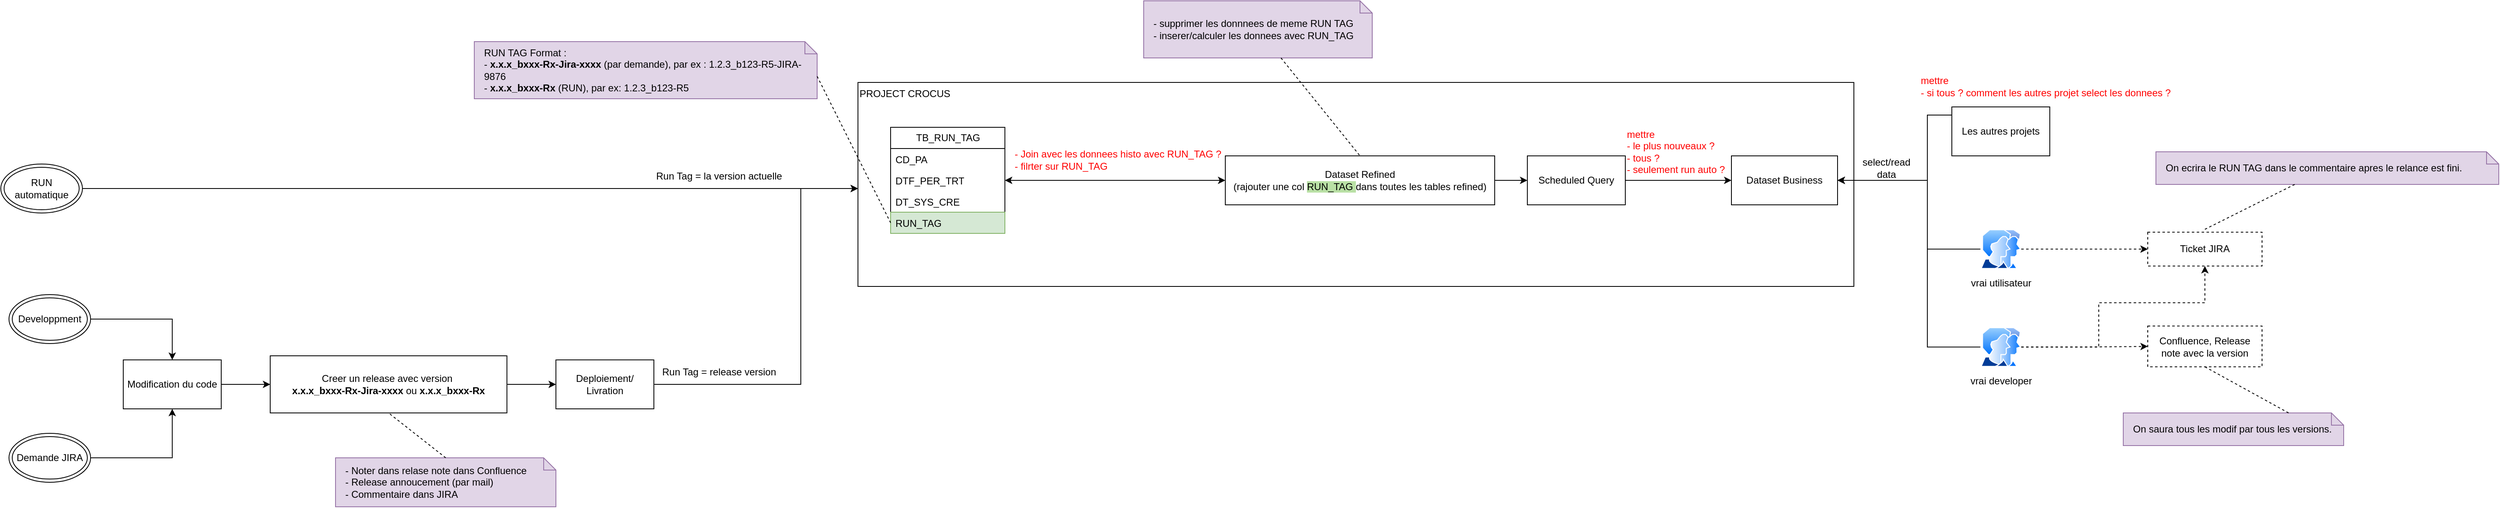
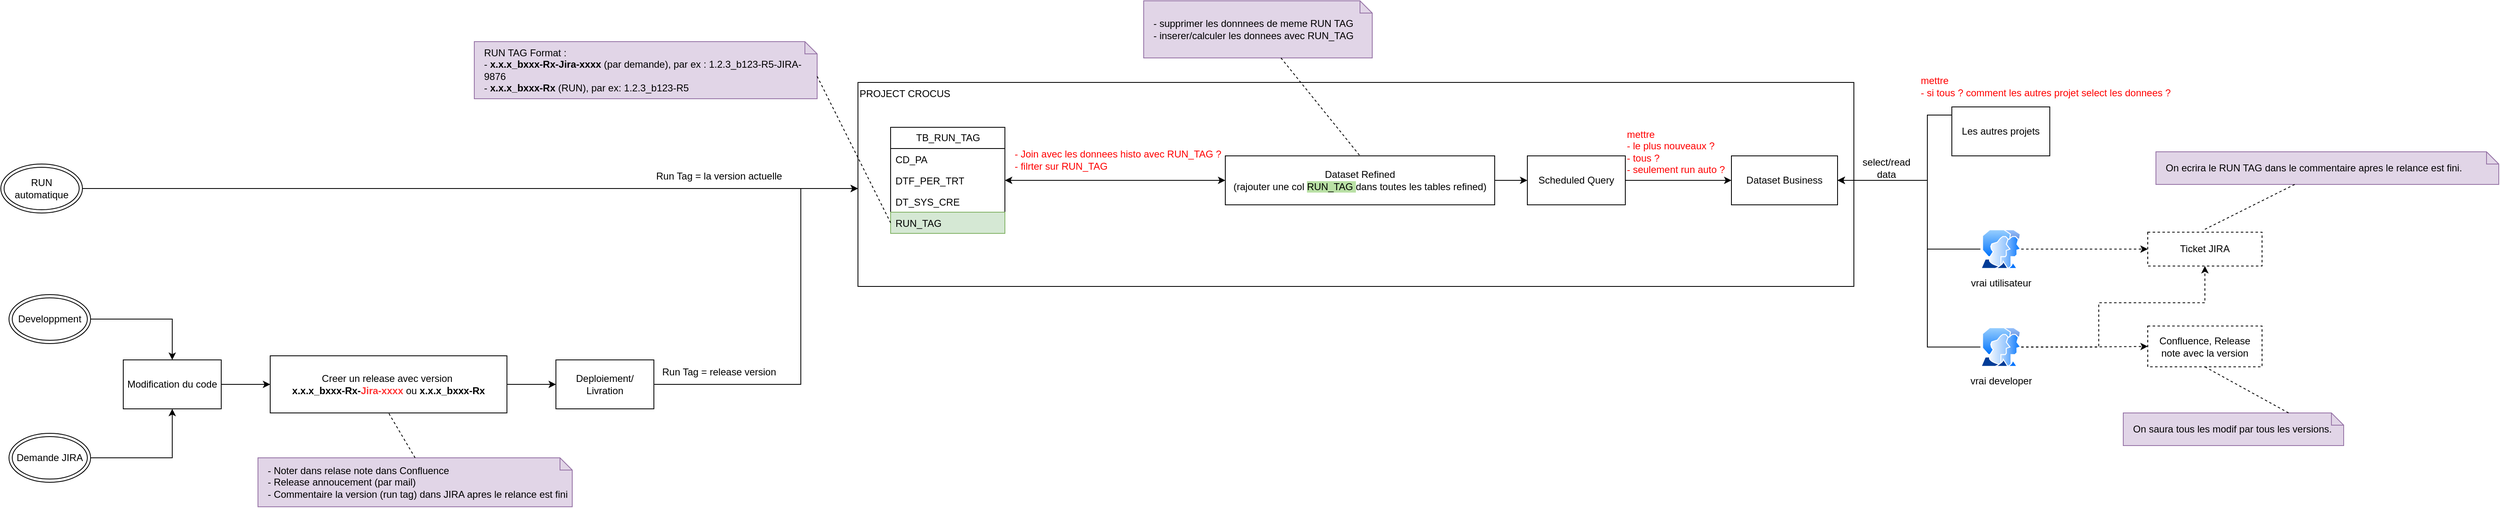
<mxfile host="app.diagrams.net">
  <diagram name="Page-1" id="bEAYSmEDHXBXhFzCy1HB">
    <mxGraphModel dx="2873" dy="1106" grid="1" gridSize="10" guides="1" tooltips="1" connect="1" arrows="1" fold="1" page="1" pageScale="1" pageWidth="827" pageHeight="1169" math="0" shadow="0">
      <root>
        <mxCell id="0" />
        <mxCell id="1" parent="0" />
        <mxCell id="QUzsFoNl6aFI_2ed8XXq-13" parent="1" style="rounded=0;whiteSpace=wrap;html=1;align=left;verticalAlign=top;" value="PROJECT CROCUS" vertex="1">
          <mxGeometry height="250" width="1220" x="380" y="140" as="geometry" />
        </mxCell>
        <mxCell id="QUzsFoNl6aFI_2ed8XXq-1" parent="1" style="swimlane;fontStyle=0;childLayout=stackLayout;horizontal=1;startSize=26;fillColor=none;horizontalStack=0;resizeParent=1;resizeParentMax=0;resizeLast=0;collapsible=1;marginBottom=0;html=1;" value="TB_RUN_TAG" vertex="1">
          <mxGeometry height="130" width="140" x="420" y="195" as="geometry" />
        </mxCell>
        <mxCell id="QUzsFoNl6aFI_2ed8XXq-2" parent="QUzsFoNl6aFI_2ed8XXq-1" style="text;strokeColor=none;fillColor=none;align=left;verticalAlign=top;spacingLeft=4;spacingRight=4;overflow=hidden;rotatable=0;points=[[0,0.5],[1,0.5]];portConstraint=eastwest;whiteSpace=wrap;html=1;" value="CD_PA" vertex="1">
          <mxGeometry height="26" width="140" y="26" as="geometry" />
        </mxCell>
        <mxCell id="QUzsFoNl6aFI_2ed8XXq-3" parent="QUzsFoNl6aFI_2ed8XXq-1" style="text;strokeColor=none;fillColor=none;align=left;verticalAlign=top;spacingLeft=4;spacingRight=4;overflow=hidden;rotatable=0;points=[[0,0.5],[1,0.5]];portConstraint=eastwest;whiteSpace=wrap;html=1;" value="DTF_PER_TRT" vertex="1">
          <mxGeometry height="26" width="140" y="52" as="geometry" />
        </mxCell>
        <mxCell id="QUzsFoNl6aFI_2ed8XXq-4" parent="QUzsFoNl6aFI_2ed8XXq-1" style="text;strokeColor=none;fillColor=none;align=left;verticalAlign=top;spacingLeft=4;spacingRight=4;overflow=hidden;rotatable=0;points=[[0,0.5],[1,0.5]];portConstraint=eastwest;whiteSpace=wrap;html=1;" value="DT_SYS_CRE" vertex="1">
          <mxGeometry height="26" width="140" y="78" as="geometry" />
        </mxCell>
        <mxCell id="QUzsFoNl6aFI_2ed8XXq-5" parent="QUzsFoNl6aFI_2ed8XXq-1" style="text;strokeColor=#82b366;fillColor=#d5e8d4;align=left;verticalAlign=top;spacingLeft=4;spacingRight=4;overflow=hidden;rotatable=0;points=[[0,0.5],[1,0.5]];portConstraint=eastwest;whiteSpace=wrap;html=1;" value="RUN_TAG" vertex="1">
          <mxGeometry height="26" width="140" y="104" as="geometry" />
        </mxCell>
        <mxCell id="QUzsFoNl6aFI_2ed8XXq-7" parent="1" style="shape=note;size=15;align=left;spacingLeft=10;html=1;whiteSpace=wrap;fillColor=#e1d5e7;strokeColor=#9673a6;" value="RUN TAG Format :&amp;nbsp;&lt;div&gt;- &lt;b&gt;x.x.x_bxxx-Rx-Jira-xxxx&lt;/b&gt; (par demande), par ex : 1.2.3_b123-R5-JIRA-9876&lt;/div&gt;&lt;div&gt;-&lt;b&gt; x.x.x_bxxx-Rx&lt;/b&gt; (RUN), par ex: 1.2.3_b123-R5&lt;/div&gt;" vertex="1">
          <mxGeometry height="70" width="420" x="-90" y="90" as="geometry" />
        </mxCell>
        <mxCell id="QUzsFoNl6aFI_2ed8XXq-8" edge="1" parent="1" source="QUzsFoNl6aFI_2ed8XXq-7" style="edgeStyle=none;endArrow=none;exitX=0;exitY=0;dashed=1;html=1;rounded=0;entryX=0;entryY=0.5;entryDx=0;entryDy=0;exitDx=420;exitDy=42.5;exitPerimeter=0;" target="QUzsFoNl6aFI_2ed8XXq-5" value="">
          <mxGeometry relative="1" x="1" as="geometry">
            <mxPoint x="590" y="660" as="targetPoint" />
          </mxGeometry>
        </mxCell>
        <mxCell id="QUzsFoNl6aFI_2ed8XXq-10" parent="1" style="rounded=0;whiteSpace=wrap;html=1;dashed=1;" value="Confluence, Release note avec la v&lt;span style=&quot;background-color: transparent; color: light-dark(rgb(0, 0, 0), rgb(255, 255, 255));&quot;&gt;ersion&lt;/span&gt;" vertex="1">
          <mxGeometry height="50" width="140" x="1960" y="438.5" as="geometry" />
        </mxCell>
        <mxCell id="QUzsFoNl6aFI_2ed8XXq-11" parent="1" style="rounded=0;whiteSpace=wrap;html=1;dashed=1;" value="Ticket JIRA" vertex="1">
          <mxGeometry height="41.5" width="140" x="1960" y="323.5" as="geometry" />
        </mxCell>
        <mxCell id="QUzsFoNl6aFI_2ed8XXq-42" edge="1" parent="1" source="QUzsFoNl6aFI_2ed8XXq-12" style="edgeStyle=orthogonalEdgeStyle;rounded=0;orthogonalLoop=1;jettySize=auto;html=1;entryX=1;entryY=0.5;entryDx=0;entryDy=0;startArrow=classic;startFill=1;" target="QUzsFoNl6aFI_2ed8XXq-3">
          <mxGeometry relative="1" as="geometry" />
        </mxCell>
        <mxCell id="QUzsFoNl6aFI_2ed8XXq-50" edge="1" parent="1" source="QUzsFoNl6aFI_2ed8XXq-12" style="edgeStyle=orthogonalEdgeStyle;rounded=0;orthogonalLoop=1;jettySize=auto;html=1;" target="QUzsFoNl6aFI_2ed8XXq-46">
          <mxGeometry relative="1" as="geometry">
            <Array as="points" />
          </mxGeometry>
        </mxCell>
        <mxCell id="QUzsFoNl6aFI_2ed8XXq-12" parent="1" style="rounded=0;whiteSpace=wrap;html=1;" value="Dataset Refined&lt;div&gt;(rajouter une col &lt;span style=&quot;background-color: rgb(185, 224, 165);&quot;&gt;RUN_TAG &lt;/span&gt;dans toutes les tables refined)&lt;/div&gt;" vertex="1">
          <mxGeometry height="60" width="330" x="830" y="230" as="geometry" />
        </mxCell>
        <mxCell id="QUzsFoNl6aFI_2ed8XXq-27" edge="1" parent="1" source="QUzsFoNl6aFI_2ed8XXq-33" style="edgeStyle=orthogonalEdgeStyle;rounded=0;orthogonalLoop=1;jettySize=auto;html=1;entryX=0.5;entryY=0;entryDx=0;entryDy=0;" target="QUzsFoNl6aFI_2ed8XXq-23">
          <mxGeometry relative="1" as="geometry">
            <mxPoint x="-760" y="325" as="sourcePoint" />
          </mxGeometry>
        </mxCell>
        <mxCell id="QUzsFoNl6aFI_2ed8XXq-29" edge="1" parent="1" source="QUzsFoNl6aFI_2ed8XXq-34" style="edgeStyle=orthogonalEdgeStyle;rounded=0;orthogonalLoop=1;jettySize=auto;html=1;entryX=0.5;entryY=1;entryDx=0;entryDy=0;" target="QUzsFoNl6aFI_2ed8XXq-23">
          <mxGeometry relative="1" as="geometry">
            <mxPoint x="-820" y="785" as="sourcePoint" />
          </mxGeometry>
        </mxCell>
        <mxCell id="QUzsFoNl6aFI_2ed8XXq-19" parent="1" style="text;html=1;whiteSpace=wrap;strokeColor=none;fillColor=none;align=center;verticalAlign=middle;rounded=0;" value="Run Tag = la version actuelle" vertex="1">
          <mxGeometry height="30" width="200" x="110" y="240" as="geometry" />
        </mxCell>
        <mxCell id="QUzsFoNl6aFI_2ed8XXq-28" edge="1" parent="1" source="QUzsFoNl6aFI_2ed8XXq-23" style="edgeStyle=orthogonalEdgeStyle;rounded=0;orthogonalLoop=1;jettySize=auto;html=1;" target="QUzsFoNl6aFI_2ed8XXq-25">
          <mxGeometry relative="1" as="geometry" />
        </mxCell>
        <mxCell id="QUzsFoNl6aFI_2ed8XXq-23" parent="1" style="rounded=0;whiteSpace=wrap;html=1;" value="Modification du code" vertex="1">
          <mxGeometry height="60" width="120" x="-520" y="480" as="geometry" />
        </mxCell>
        <mxCell id="QUzsFoNl6aFI_2ed8XXq-31" edge="1" parent="1" source="QUzsFoNl6aFI_2ed8XXq-24" style="edgeStyle=orthogonalEdgeStyle;rounded=0;orthogonalLoop=1;jettySize=auto;html=1;" target="QUzsFoNl6aFI_2ed8XXq-13">
          <mxGeometry relative="1" as="geometry">
            <Array as="points">
              <mxPoint x="310" y="510" />
              <mxPoint x="310" y="270" />
            </Array>
          </mxGeometry>
        </mxCell>
        <mxCell id="QUzsFoNl6aFI_2ed8XXq-24" parent="1" style="rounded=0;whiteSpace=wrap;html=1;" value="Deploiement/ Livration" vertex="1">
          <mxGeometry height="60" width="120" x="10" y="480" as="geometry" />
        </mxCell>
        <mxCell id="QUzsFoNl6aFI_2ed8XXq-30" edge="1" parent="1" source="QUzsFoNl6aFI_2ed8XXq-25" style="edgeStyle=orthogonalEdgeStyle;rounded=0;orthogonalLoop=1;jettySize=auto;html=1;entryX=0;entryY=0.5;entryDx=0;entryDy=0;" target="QUzsFoNl6aFI_2ed8XXq-24">
          <mxGeometry relative="1" as="geometry" />
        </mxCell>
-         <mxCell id="QUzsFoNl6aFI_2ed8XXq-25" parent="1" style="rounded=0;whiteSpace=wrap;html=1;" value="Creer un release avec version&amp;nbsp;&lt;div&gt;&lt;span style=&quot;text-align: left;&quot;&gt;&lt;b&gt;x.x.x_bxxx-Rx-Jira-xxxx&lt;/b&gt; ou&amp;nbsp;&lt;/span&gt;&lt;span style=&quot;text-align: left;&quot;&gt;&lt;b&gt;x.x.x_bxxx-Rx&lt;/b&gt;&lt;/span&gt;&lt;/div&gt;" vertex="1">
+         <mxCell id="QUzsFoNl6aFI_2ed8XXq-25" parent="1" style="rounded=0;whiteSpace=wrap;html=1;" value="Creer un release avec version&amp;nbsp;&lt;div&gt;&lt;span style=&quot;text-align: left;&quot;&gt;&lt;b&gt;x.x.x_bxxx-Rx-&lt;font style=&quot;color: rgb(255, 53, 53);&quot;&gt;Jira-xxxx&lt;/font&gt;&lt;/b&gt; ou&amp;nbsp;&lt;/span&gt;&lt;span style=&quot;text-align: left;&quot;&gt;&lt;b&gt;x.x.x_bxxx-Rx&lt;/b&gt;&lt;/span&gt;&lt;/div&gt;" vertex="1">
          <mxGeometry height="70" width="290" x="-340" y="475" as="geometry" />
        </mxCell>
        <mxCell id="QUzsFoNl6aFI_2ed8XXq-33" parent="1" style="ellipse;shape=doubleEllipse;whiteSpace=wrap;html=1;" value="Developpment" vertex="1">
          <mxGeometry height="60" width="100" x="-660" y="400" as="geometry" />
        </mxCell>
        <mxCell id="QUzsFoNl6aFI_2ed8XXq-34" parent="1" style="ellipse;shape=doubleEllipse;whiteSpace=wrap;html=1;" value="Demande JIRA" vertex="1">
          <mxGeometry height="60" width="100" x="-660" y="570" as="geometry" />
        </mxCell>
        <mxCell id="QUzsFoNl6aFI_2ed8XXq-36" edge="1" parent="1" source="QUzsFoNl6aFI_2ed8XXq-35" style="edgeStyle=orthogonalEdgeStyle;rounded=0;orthogonalLoop=1;jettySize=auto;html=1;" target="QUzsFoNl6aFI_2ed8XXq-13">
          <mxGeometry relative="1" as="geometry">
            <Array as="points">
              <mxPoint x="40" y="270" />
              <mxPoint x="40" y="270" />
            </Array>
          </mxGeometry>
        </mxCell>
        <mxCell id="QUzsFoNl6aFI_2ed8XXq-35" parent="1" style="ellipse;shape=doubleEllipse;whiteSpace=wrap;html=1;" value="RUN automatique" vertex="1">
          <mxGeometry height="60" width="100" x="-670" y="240" as="geometry" />
        </mxCell>
        <mxCell id="QUzsFoNl6aFI_2ed8XXq-37" parent="1" style="text;html=1;whiteSpace=wrap;strokeColor=none;fillColor=none;align=center;verticalAlign=middle;rounded=0;" value="Run Tag = release version" vertex="1">
          <mxGeometry height="30" width="200" x="110" y="480" as="geometry" />
        </mxCell>
-         <mxCell id="QUzsFoNl6aFI_2ed8XXq-38" parent="1" style="shape=note;size=15;align=left;spacingLeft=10;html=1;whiteSpace=wrap;fillColor=#e1d5e7;strokeColor=#9673a6;" value="- Noter dans relase note dans Confluence&lt;div&gt;- Release annoucement (par mail)&lt;/div&gt;&lt;div&gt;- Commentaire dans JIRA&lt;/div&gt;" vertex="1">
-           <mxGeometry height="60" width="270" x="-260" y="600" as="geometry" />
+         <mxCell id="QUzsFoNl6aFI_2ed8XXq-38" parent="1" style="shape=note;size=15;align=left;spacingLeft=10;html=1;whiteSpace=wrap;fillColor=#e1d5e7;strokeColor=#9673a6;" value="- Noter dans relase note dans Confluence&lt;div&gt;- Release annoucement (par mail)&lt;/div&gt;&lt;div&gt;- Commentaire la version (run tag) dans JIRA apres le relance est fini&lt;/div&gt;" vertex="1">
+           <mxGeometry height="60" width="385" x="-355" y="600" as="geometry" />
        </mxCell>
        <mxCell id="QUzsFoNl6aFI_2ed8XXq-39" edge="1" parent="1" source="QUzsFoNl6aFI_2ed8XXq-38" style="edgeStyle=none;endArrow=none;exitX=0.5;exitY=0;dashed=1;html=1;rounded=0;entryX=0.5;entryY=1;entryDx=0;entryDy=0;exitDx=0;exitDy=0;exitPerimeter=0;" target="QUzsFoNl6aFI_2ed8XXq-25" value="">
          <mxGeometry relative="1" x="1" as="geometry">
            <mxPoint x="710" y="660" as="sourcePoint" />
            <mxPoint x="762" y="510" as="targetPoint" />
          </mxGeometry>
        </mxCell>
        <mxCell id="QUzsFoNl6aFI_2ed8XXq-40" parent="1" style="shape=note;size=15;align=left;spacingLeft=10;html=1;whiteSpace=wrap;fillColor=#e1d5e7;strokeColor=#9673a6;" value="- supprimer les donnnees de meme RUN TAG&lt;div&gt;- inserer/calculer les donnees avec RUN_TAG&lt;/div&gt;" vertex="1">
          <mxGeometry height="70" width="280" x="730" y="40" as="geometry" />
        </mxCell>
        <mxCell id="QUzsFoNl6aFI_2ed8XXq-41" edge="1" parent="1" source="QUzsFoNl6aFI_2ed8XXq-40" style="edgeStyle=none;endArrow=none;dashed=1;html=1;rounded=0;entryX=0.5;entryY=0;entryDx=0;entryDy=0;" target="QUzsFoNl6aFI_2ed8XXq-12" value="">
          <mxGeometry relative="1" x="1" as="geometry">
            <mxPoint x="720" y="650" as="sourcePoint" />
            <mxPoint x="772" y="500" as="targetPoint" />
          </mxGeometry>
        </mxCell>
        <mxCell id="QUzsFoNl6aFI_2ed8XXq-43" parent="1" style="text;html=1;whiteSpace=wrap;strokeColor=none;fillColor=none;align=left;verticalAlign=middle;rounded=0;" value="&lt;font style=&quot;color: rgb(255, 0, 0);&quot;&gt;- Join avec les donnees histo avec RUN_TAG ?&lt;/font&gt;&lt;div&gt;&lt;font style=&quot;color: rgb(255, 0, 0);&quot;&gt;- filrter sur RUN_TAG&lt;/font&gt;&lt;/div&gt;" vertex="1">
          <mxGeometry height="30" width="270" x="570" y="220" as="geometry" />
        </mxCell>
        <mxCell id="QUzsFoNl6aFI_2ed8XXq-45" parent="1" style="rounded=0;whiteSpace=wrap;html=1;" value="Dataset Business" vertex="1">
          <mxGeometry height="60" width="130" x="1450" y="230" as="geometry" />
        </mxCell>
        <mxCell id="QUzsFoNl6aFI_2ed8XXq-48" edge="1" parent="1" source="QUzsFoNl6aFI_2ed8XXq-46" style="edgeStyle=orthogonalEdgeStyle;rounded=0;orthogonalLoop=1;jettySize=auto;html=1;" target="QUzsFoNl6aFI_2ed8XXq-45">
          <mxGeometry relative="1" as="geometry" />
        </mxCell>
        <mxCell id="QUzsFoNl6aFI_2ed8XXq-46" parent="1" style="rounded=0;whiteSpace=wrap;html=1;" value="Scheduled Query" vertex="1">
          <mxGeometry height="60" width="120" x="1200" y="230" as="geometry" />
        </mxCell>
        <mxCell id="QUzsFoNl6aFI_2ed8XXq-51" parent="1" style="text;html=1;whiteSpace=wrap;strokeColor=none;fillColor=none;align=left;verticalAlign=middle;rounded=0;fontColor=#FF0000;" value="mettre&amp;nbsp;&lt;div&gt;- le plus nouveaux ?&lt;/div&gt;&lt;div&gt;- tous ?&lt;/div&gt;&lt;div&gt;- seulement run auto ?&lt;/div&gt;" vertex="1">
          <mxGeometry height="30" width="370" x="1320" y="210" as="geometry" />
        </mxCell>
        <mxCell id="QUzsFoNl6aFI_2ed8XXq-59" edge="1" parent="1" source="QUzsFoNl6aFI_2ed8XXq-52" style="edgeStyle=orthogonalEdgeStyle;rounded=0;orthogonalLoop=1;jettySize=auto;html=1;entryX=1;entryY=0.5;entryDx=0;entryDy=0;" target="QUzsFoNl6aFI_2ed8XXq-45">
          <mxGeometry relative="1" as="geometry">
            <Array as="points">
              <mxPoint x="1690" y="180" />
              <mxPoint x="1690" y="260" />
            </Array>
          </mxGeometry>
        </mxCell>
        <mxCell id="QUzsFoNl6aFI_2ed8XXq-52" parent="1" style="rounded=0;whiteSpace=wrap;html=1;" value="Les autres projets" vertex="1">
          <mxGeometry height="60" width="120" x="1720" y="170" as="geometry" />
        </mxCell>
        <mxCell id="QUzsFoNl6aFI_2ed8XXq-58" edge="1" parent="1" source="QUzsFoNl6aFI_2ed8XXq-57" style="edgeStyle=orthogonalEdgeStyle;rounded=0;orthogonalLoop=1;jettySize=auto;html=1;entryX=1;entryY=0.5;entryDx=0;entryDy=0;" target="QUzsFoNl6aFI_2ed8XXq-45">
          <mxGeometry relative="1" as="geometry">
            <Array as="points">
              <mxPoint x="1690" y="344" />
              <mxPoint x="1690" y="260" />
            </Array>
          </mxGeometry>
        </mxCell>
        <mxCell id="QUzsFoNl6aFI_2ed8XXq-65" edge="1" parent="1" source="QUzsFoNl6aFI_2ed8XXq-57" style="edgeStyle=orthogonalEdgeStyle;rounded=0;orthogonalLoop=1;jettySize=auto;html=1;dashed=1;" target="QUzsFoNl6aFI_2ed8XXq-11">
          <mxGeometry relative="1" as="geometry" />
        </mxCell>
        <mxCell id="QUzsFoNl6aFI_2ed8XXq-57" parent="1" style="image;aspect=fixed;perimeter=ellipsePerimeter;html=1;align=center;shadow=0;dashed=0;spacingTop=3;image=img/lib/active_directory/user_accounts.svg;" value="vrai utilisateur" vertex="1">
          <mxGeometry height="48.5" width="50" x="1755" y="320" as="geometry" />
        </mxCell>
        <mxCell id="QUzsFoNl6aFI_2ed8XXq-60" parent="1" style="text;html=1;whiteSpace=wrap;strokeColor=none;fillColor=none;align=center;verticalAlign=middle;rounded=0;" value="select/read data" vertex="1">
          <mxGeometry height="30" width="60" x="1610" y="230" as="geometry" />
        </mxCell>
        <mxCell id="QUzsFoNl6aFI_2ed8XXq-63" edge="1" parent="1" source="QUzsFoNl6aFI_2ed8XXq-62" style="edgeStyle=orthogonalEdgeStyle;rounded=0;orthogonalLoop=1;jettySize=auto;html=1;entryX=1;entryY=0.5;entryDx=0;entryDy=0;" target="QUzsFoNl6aFI_2ed8XXq-45">
          <mxGeometry relative="1" as="geometry">
            <Array as="points">
              <mxPoint x="1690" y="464" />
              <mxPoint x="1690" y="260" />
            </Array>
          </mxGeometry>
        </mxCell>
        <mxCell id="QUzsFoNl6aFI_2ed8XXq-66" edge="1" parent="1" source="QUzsFoNl6aFI_2ed8XXq-62" style="edgeStyle=orthogonalEdgeStyle;rounded=0;orthogonalLoop=1;jettySize=auto;html=1;dashed=1;" target="QUzsFoNl6aFI_2ed8XXq-10">
          <mxGeometry relative="1" as="geometry" />
        </mxCell>
        <mxCell id="QUzsFoNl6aFI_2ed8XXq-68" edge="1" parent="1" source="QUzsFoNl6aFI_2ed8XXq-62" style="edgeStyle=orthogonalEdgeStyle;rounded=0;orthogonalLoop=1;jettySize=auto;html=1;entryX=0.5;entryY=1;entryDx=0;entryDy=0;dashed=1;" target="QUzsFoNl6aFI_2ed8XXq-11">
          <mxGeometry relative="1" as="geometry">
            <Array as="points">
              <mxPoint x="1900" y="464" />
              <mxPoint x="1900" y="410" />
              <mxPoint x="2030" y="410" />
            </Array>
          </mxGeometry>
        </mxCell>
        <mxCell id="QUzsFoNl6aFI_2ed8XXq-62" parent="1" style="image;aspect=fixed;perimeter=ellipsePerimeter;html=1;align=center;shadow=0;dashed=0;spacingTop=3;image=img/lib/active_directory/user_accounts.svg;" value="vrai developer" vertex="1">
          <mxGeometry height="48.5" width="50" x="1755" y="440" as="geometry" />
        </mxCell>
        <mxCell id="QUzsFoNl6aFI_2ed8XXq-69" parent="1" style="shape=note;size=15;align=left;spacingLeft=10;html=1;whiteSpace=wrap;fillColor=#e1d5e7;strokeColor=#9673a6;" value="On ecrira le RUN TAG dans le commentaire apres le relance est fini." vertex="1">
          <mxGeometry height="40" width="420" x="1970" y="225" as="geometry" />
        </mxCell>
        <mxCell id="QUzsFoNl6aFI_2ed8XXq-70" edge="1" parent="1" source="QUzsFoNl6aFI_2ed8XXq-69" style="edgeStyle=none;endArrow=none;dashed=1;html=1;rounded=0;" value="">
          <mxGeometry relative="1" x="1" as="geometry">
            <mxPoint x="970" y="210" as="sourcePoint" />
            <mxPoint x="2030" y="320" as="targetPoint" />
          </mxGeometry>
        </mxCell>
        <mxCell id="QUzsFoNl6aFI_2ed8XXq-71" parent="1" style="shape=note;size=15;align=left;spacingLeft=10;html=1;whiteSpace=wrap;fillColor=#e1d5e7;strokeColor=#9673a6;" value="On saura tous les modif par tous les versions." vertex="1">
          <mxGeometry height="40" width="270" x="1930" y="545" as="geometry" />
        </mxCell>
        <mxCell id="QUzsFoNl6aFI_2ed8XXq-72" edge="1" parent="1" source="QUzsFoNl6aFI_2ed8XXq-71" style="edgeStyle=none;endArrow=none;dashed=1;html=1;rounded=0;entryX=0.5;entryY=1;entryDx=0;entryDy=0;exitX=0;exitY=0;exitDx=202.5;exitDy=0;exitPerimeter=0;" target="QUzsFoNl6aFI_2ed8XXq-10" value="">
          <mxGeometry relative="1" x="1" as="geometry">
            <mxPoint x="2180" y="470" as="sourcePoint" />
            <mxPoint x="2070" y="525" as="targetPoint" />
          </mxGeometry>
        </mxCell>
        <mxCell id="QUzsFoNl6aFI_2ed8XXq-73" parent="1" style="text;html=1;whiteSpace=wrap;strokeColor=none;fillColor=none;align=left;verticalAlign=middle;rounded=0;fontColor=#FF0000;" value="mettre&amp;nbsp;&lt;div&gt;&lt;span style=&quot;background-color: transparent; color: light-dark(rgb(255, 0, 0), rgb(255, 144, 144));&quot;&gt;- si tous ? comment les autres projet select les donnees ?&lt;/span&gt;&lt;/div&gt;" vertex="1">
          <mxGeometry height="30" width="370" x="1680" y="130" as="geometry" />
        </mxCell>
      </root>
    </mxGraphModel>
  </diagram>
</mxfile>
